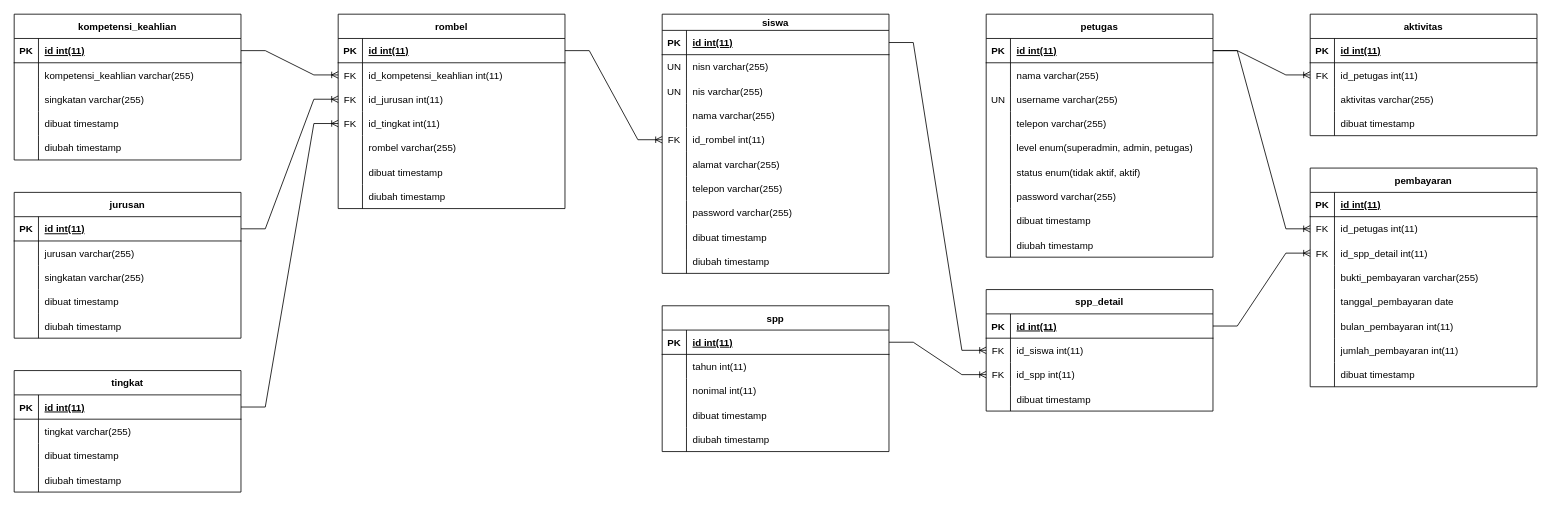
Earlier version of the draw.io diagram aplikasi-pembayaran-spp.drawio (NotHydra/aplikasi-pembayaran-spp). Source tidied: cells renumbered, new cells numbered last; positions are measured from the earlier drawing's top-left corner, leaving out a move shared by most shapes. Both pictures are drawn from the tidied source at 81%, with x=0, y=0 at pixel (14, 14).
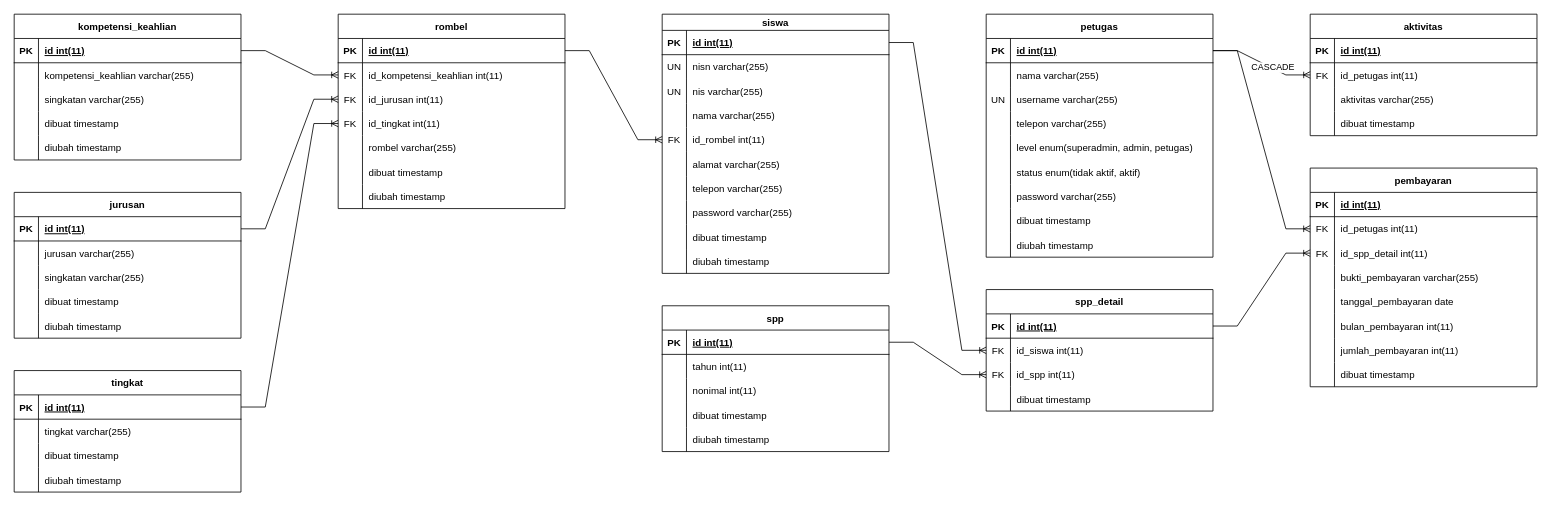
Above is the later version.

Commit message:
feat: petugas cascade aktivitas

The change refers to these unchanged cells:
```xml
<mxCell id="186" style="edgeStyle=entityRelationEdgeStyle;fontSize=12;html=1;endArrow=ERoneToMany;rounded=0;exitX=1;exitY=0.5;exitDx=0;exitDy=0;" parent="1" edge="1" source="146" target="177">
  <mxGeometry relative="1" as="geometry" />
</mxCell>
```

What changed in the source:
```diff
@@
+    <mxCell id="204" value="CASCADE" style="edgeLabel;html=1;align=center;verticalAlign=middle;" parent="186" vertex="1">
+      <mxGeometry x="0.23" y="1" relative="1" as="geometry" />
+    </mxCell>
```
